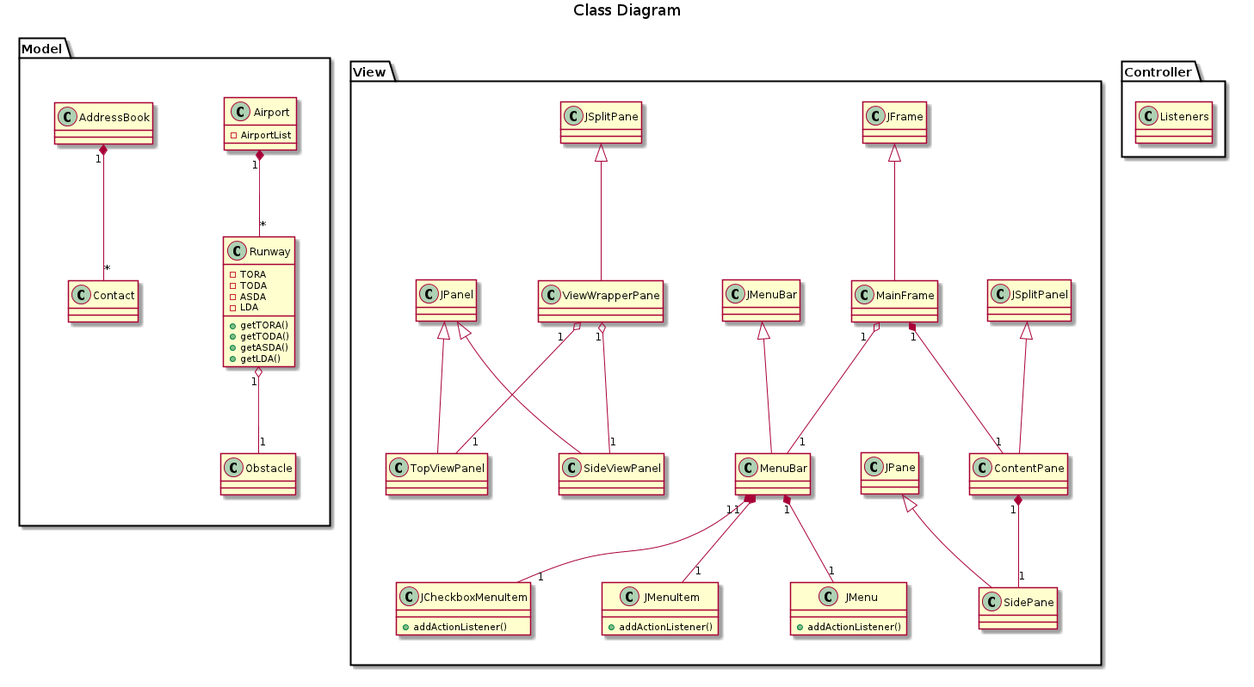
Earlier version of the PlantUML export doc/Analysis Design Testing/classDiagram.png (edderick/RunwayRedeclaration). The source it was exported from:
```plantuml
@startuml img/classDiagram.png

title Class Diagram

package Model{
	class Runway{
		-TORA
		-TODA
		-ASDA
		-LDA
		+getTORA()
		+getTODA()
		+getASDA()
		+getLDA()
	}

	class Airport{
		-AirportList
	}

	Airport "1" *-- "*" Runway
	Runway "1" o-- "1" Obstacle

	AddressBook "1" *-- "*" Contact
}

package View{
	JFrame <|-- MainFrame
	MainFrame "1" *-- "1" ContentPane
	JSplitPanel <|-- ContentPane
	ContentPane "1" *-- "1" SidePane
	JPane <|-- SidePane
	JSplitPane <|-- ViewWrapperPane
	JPanel <|-- TopViewPanel
	JPanel <|-- SideViewPanel
	ViewWrapperPane "1" o-- "1" TopViewPanel
	ViewWrapperPane "1" o-- "1" SideViewPanel
	JMenuBar <|-- MenuBar
	MainFrame "1" o-- "1" MenuBar
	class JMenuItem{
		+addActionListener()
	}
	class JMenu{
		+addActionListener()
	}
	class JCheckboxMenuItem{
		+addActionListener()
	}
	MenuBar "1" *-- "1" JMenuItem
	MenuBar "1" *-- "1" JMenu
	MenuBar "1" *-- "1" JCheckboxMenuItem
}

package Controller{
	class Listeners

}


@enduml
```
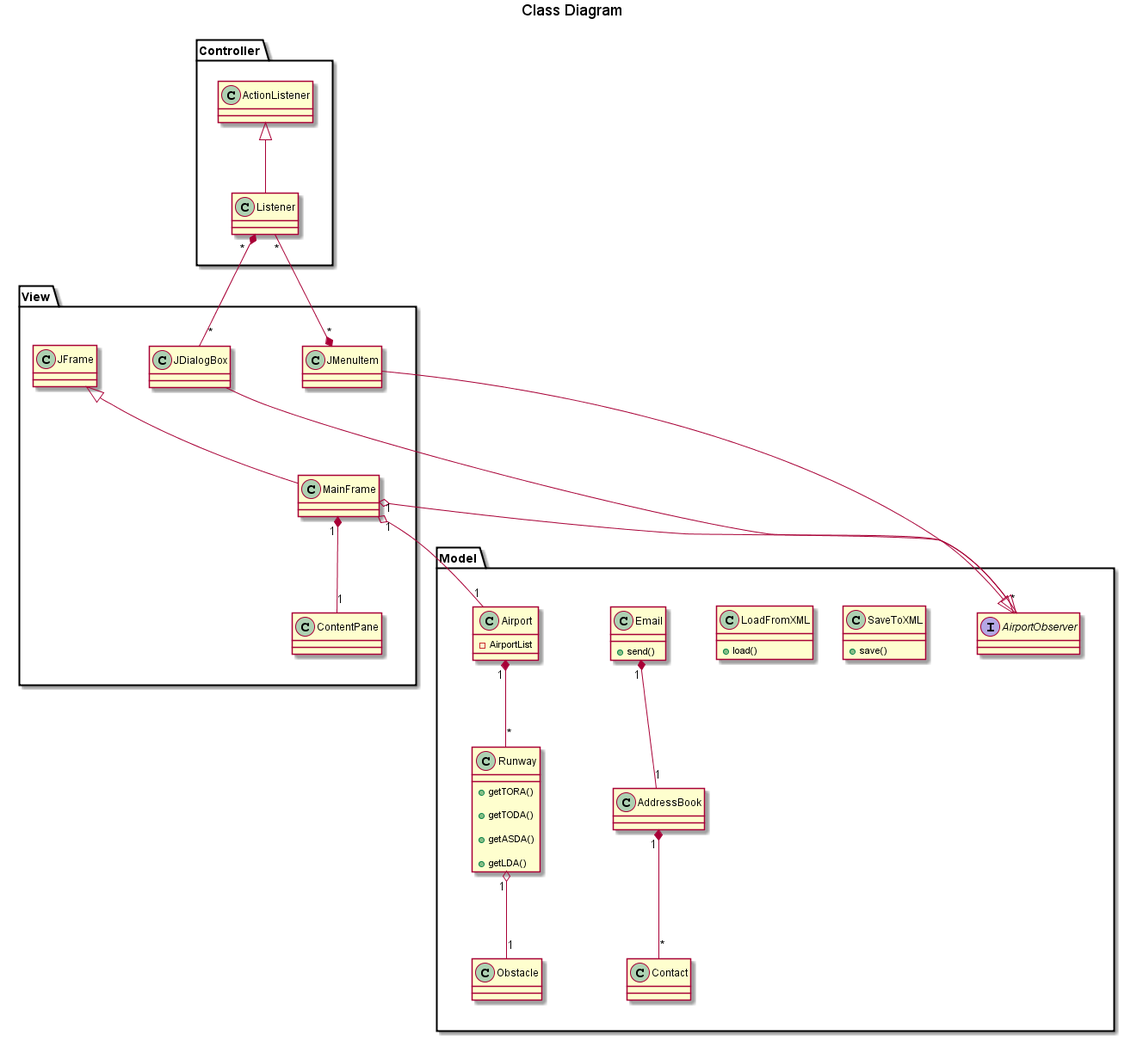
The same file after the commit.

Commit message:
*Completed class diagram

Diff of the diagram source:
```diff
@@ -1,60 +1,86 @@
 @startuml img/classDiagram.png
+
 
 title Class Diagram
 
+
+
 package Model{
+
 	class Runway{
-		-TORA
-		-TODA
-		-ASDA
-		-LDA
+
 		+getTORA()
+
 		+getTODA()
+
 		+getASDA()
+
 		+getLDA()
+
 	}
 
+
+
 	class Airport{
+
 		-AirportList
+
 	}
 
+
+
 	Airport "1" *-- "*" Runway
+
 	Runway "1" o-- "1" Obstacle
 
+
 	AddressBook "1" *-- "*" Contact
+
+
+	class SaveToXML{
+		+save()
+	}
+
+	class LoadFromXML{
+		+load()
+	}
+
+	class Email{
+		+send()
+	}
+
+	Email "1" *-- "1" AddressBook
+
+	Interface AirportObserver
 }
 
+
+
 package View{
+
 	JFrame <|-- MainFrame
+
 	MainFrame "1" *-- "1" ContentPane
-	JSplitPanel <|-- ContentPane
-	ContentPane "1" *-- "1" SidePane
-	JPane <|-- SidePane
-	JSplitPane <|-- ViewWrapperPane
-	JPanel <|-- TopViewPanel
-	JPanel <|-- SideViewPanel
-	ViewWrapperPane "1" o-- "1" TopViewPanel
-	ViewWrapperPane "1" o-- "1" SideViewPanel
-	JMenuBar <|-- MenuBar
-	MainFrame "1" o-- "1" MenuBar
-	class JMenuItem{
-		+addActionListener()
-	}
-	class JMenu{
-		+addActionListener()
-	}
-	class JCheckboxMenuItem{
-		+addActionListener()
-	}
-	MenuBar "1" *-- "1" JMenuItem
-	MenuBar "1" *-- "1" JMenu
-	MenuBar "1" *-- "1" JCheckboxMenuItem
+
+	MainFrame "1" o-- "1" Airport
+	MainFrame "1" o-- "*" AirportObserver
+	class JDialogBox
+	class JMenuItem
+	JDialogBox --|> AirportObserver
+	JMenuItem --|> AirportObserver
 }
 
+
+
 package Controller{
-	class Listeners
+
+	ActionListener <|-- Listener
+	Listener "*" *-- "*" JDialogBox
+	JMenuItem "*" *-- "*" Listener
+
 
 }
 
 
+
 @enduml
```
